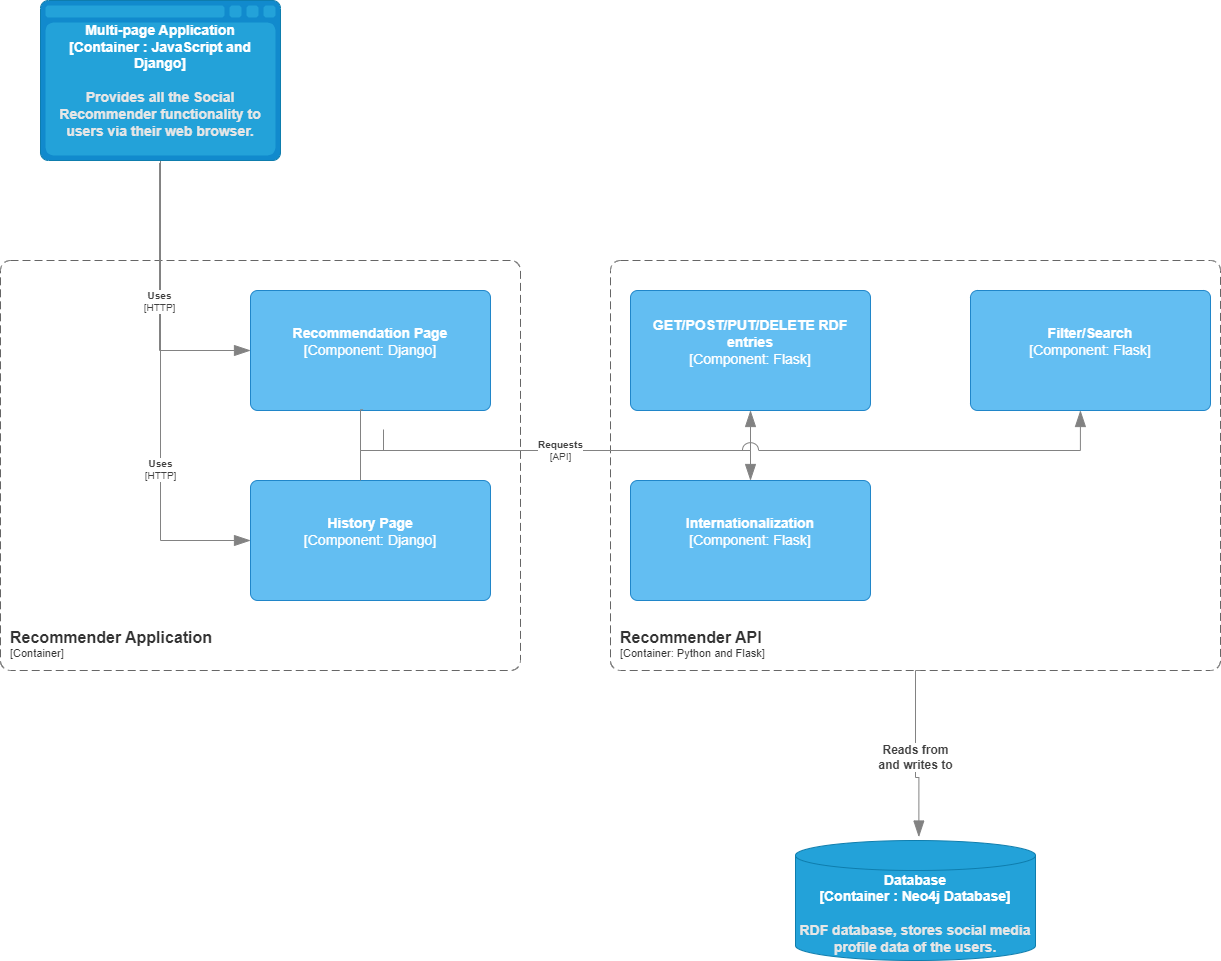
The draw.io diagram docs/C3-recommender-depth2.png in Danie83/SoRe, before a commit. Source tidied: cells renumbered, new cells last; positions are measured from the earlier drawing's top-left corner, leaving out a move shared by most shapes.
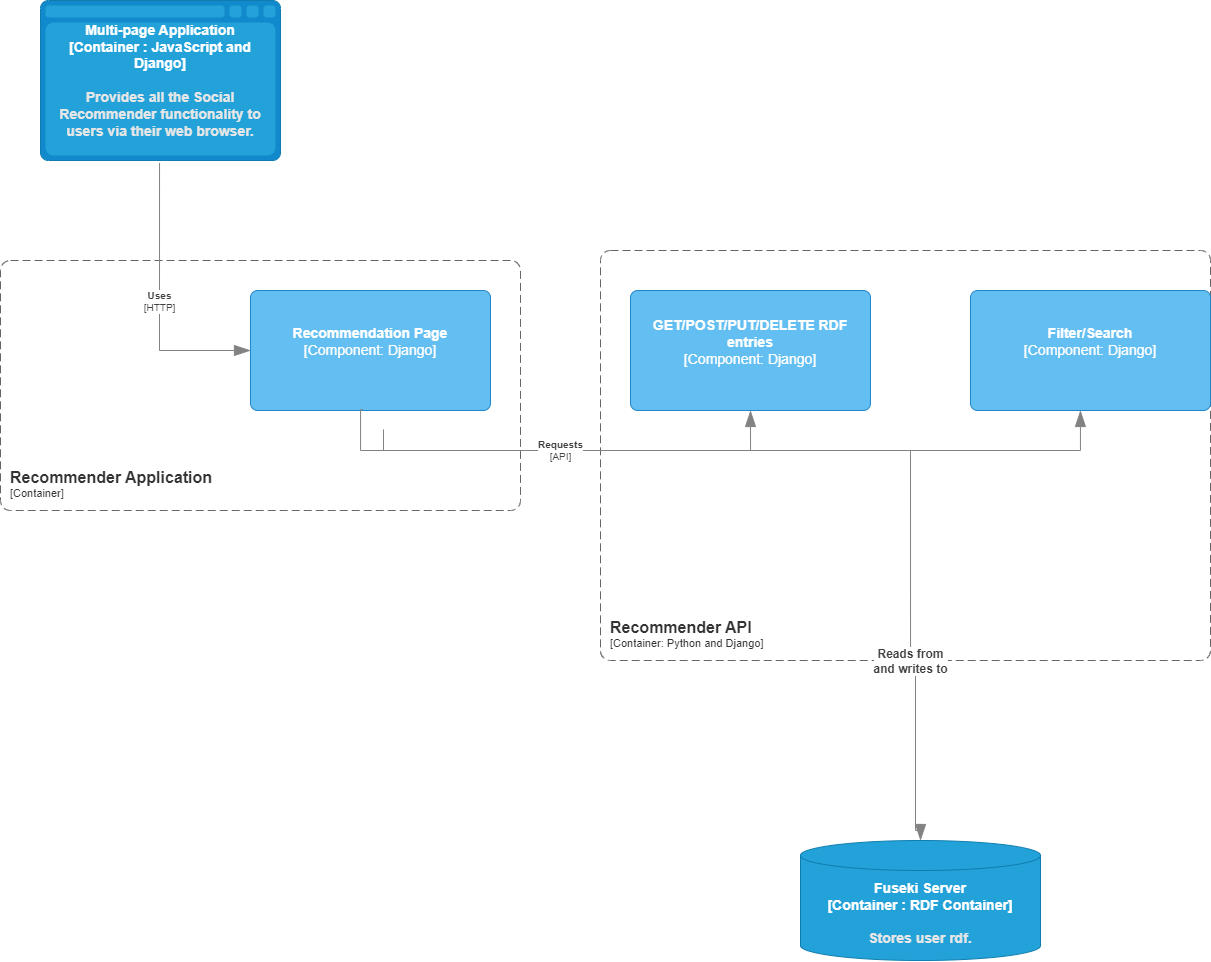
The same diagram one commit later.

The edit, as a diff of the source:
```diff
@@ -4,18 +4,9 @@
     <mxCell id="1" parent="0" />
     <object id="2" label="&lt;font style=&quot;font-size: 16px&quot;&gt;&lt;b&gt;&lt;div style=&quot;text-align: left&quot;&gt;%c4Name%&lt;/div&gt;&lt;/b&gt;&lt;/font&gt;&lt;div style=&quot;text-align: left&quot;&gt;[%c4Application%]&lt;/div&gt;" c4Application="Container" c4Name="Recommender Application" c4Type="ContainerScopeBoundary" placeholders="1">
       <mxCell style="rounded=1;fontSize=11;whiteSpace=wrap;html=1;dashed=1;arcSize=20;fillColor=none;strokeColor=#666666;fontColor=#333333;labelBackgroundColor=none;align=left;verticalAlign=bottom;labelBorderColor=none;spacingTop=0;spacing=10;dashPattern=8 4;perimeter=rectanglePerimeter;noLabel=0;labelPadding=0;absoluteArcSize=1;" parent="1" vertex="1">
-        <mxGeometry y="260" width="520" height="410" as="geometry" />
+        <mxGeometry y="260" width="520" height="250" as="geometry" />
       </mxCell>
     </object>
-    <object id="3" label="&lt;div style=&quot;text-align: left&quot;&gt;&lt;div style=&quot;text-align: center&quot;&gt;&lt;b&gt;%c4Description%&lt;/b&gt;&lt;/div&gt;&lt;div style=&quot;text-align: center&quot;&gt;[%c4Technology%]&lt;/div&gt;&lt;/div&gt;" c4Description="Uses" c4Technology="HTTP" c4Type="Relationship" placeholders="1">
-      <mxCell style="endArrow=blockThin;html=1;fontSize=10;fontColor=#404040;strokeWidth=1;endFill=1;strokeColor=#828282;elbow=vertical;endSize=14;startSize=14;jumpStyle=arc;jumpSize=16;rounded=0;entryX=0;entryY=0.5;entryDx=0;entryDy=0;entryPerimeter=0;exitX=0.5;exitY=1;exitDx=0;exitDy=0;exitPerimeter=0;edgeStyle=orthogonalEdgeStyle;" parent="1" edge="1" source="6" target="7">
-        <mxGeometry x="0.31" relative="1" as="geometry">
-          <Array as="points">
-            <mxPoint x="160" y="540" />
-          </Array>
-        </mxGeometry>
-      </mxCell>
-    </object>
     <object id="4" label="&lt;font style=&quot;font-size: 14px;&quot;&gt;&lt;b style=&quot;font-size: 14px;&quot;&gt;%c4Name%&lt;/b&gt;&lt;/font&gt;&lt;div style=&quot;font-size: 14px;&quot;&gt;[%c4Type%: %c4Technology%]&lt;/div&gt;&lt;br style=&quot;font-size: 14px;&quot;&gt;&lt;div style=&quot;font-size: 14px;&quot;&gt;&lt;font style=&quot;font-size: 14px;&quot;&gt;%c4Description%&lt;/font&gt;&lt;/div&gt;" c4Description="" c4Name="Recommendation Page" c4Technology="Django" c4Type="Component" placeholders="1">
       <mxCell style="rounded=1;whiteSpace=wrap;html=1;labelBackgroundColor=none;fillColor=#63BEF2;fontColor=#ffffff;align=center;arcSize=6;strokeColor=#2086C9;points=[[0.25,0,0],[0.5,0,0],[0.75,0,0],[1,0.25,0],[1,0.5,0],[1,0.75,0],[0.75,1,0],[0.5,1,0],[0.25,1,0],[0,0.75,0],[0,0.5,0],[0,0.25,0]];fontSize=14;" parent="1" vertex="1">
         <mxGeometry x="250" y="290" width="240" height="120" as="geometry" />
@@ -35,36 +26,21 @@
         <mxGeometry x="40" width="240" height="160" as="geometry" />
       </mxCell>
     </object>
-    <object id="7" label="&lt;font style=&quot;font-size: 14px;&quot;&gt;&lt;b style=&quot;font-size: 14px;&quot;&gt;%c4Name%&lt;/b&gt;&lt;/font&gt;&lt;div style=&quot;font-size: 14px;&quot;&gt;[%c4Type%: %c4Technology%]&lt;/div&gt;&lt;br style=&quot;font-size: 14px;&quot;&gt;&lt;div style=&quot;font-size: 14px;&quot;&gt;&lt;font style=&quot;font-size: 14px;&quot;&gt;%c4Description%&lt;/font&gt;&lt;/div&gt;" c4Description="" c4Name="History Page" c4Technology="Django" c4Type="Component" placeholders="1">
-      <mxCell style="rounded=1;whiteSpace=wrap;html=1;labelBackgroundColor=none;fillColor=#63BEF2;fontColor=#ffffff;align=center;arcSize=6;strokeColor=#2086C9;points=[[0.25,0,0],[0.5,0,0],[0.75,0,0],[1,0.25,0],[1,0.5,0],[1,0.75,0],[0.75,1,0],[0.5,1,0],[0.25,1,0],[0,0.75,0],[0,0.5,0],[0,0.25,0]];fontSize=14;" parent="1" vertex="1">
-        <mxGeometry x="250" y="480" width="240" height="120" as="geometry" />
-      </mxCell>
-    </object>
-    <object id="8" label="&lt;font style=&quot;font-size: 14px;&quot;&gt;&lt;b style=&quot;font-size: 14px;&quot;&gt;%c4Type%&lt;/b&gt;&lt;/font&gt;&lt;div style=&quot;font-size: 14px;&quot;&gt;&lt;b style=&quot;font-size: 14px;&quot;&gt;[%c4Container%:&amp;nbsp;%c4Technology%]&lt;/b&gt;&lt;/div&gt;&lt;b style=&quot;font-size: 14px;&quot;&gt;&lt;br style=&quot;font-size: 14px;&quot;&gt;&lt;div style=&quot;font-size: 14px;&quot;&gt;&lt;font style=&quot;font-size: 14px;&quot;&gt;&lt;font color=&quot;#E6E6E6&quot; style=&quot;font-size: 14px;&quot;&gt;%c4Description%&lt;/font&gt;&lt;/font&gt;&lt;/div&gt;&lt;/b&gt;" c4Container="Container " c4Description="RDF database, stores social media profile data of the users." c4Technology="Neo4j Database" c4Type="Database" placeholders="1">
-      <mxCell style="shape=cylinder3;size=15;whiteSpace=wrap;html=1;boundedLbl=1;rounded=0;labelBackgroundColor=none;fillColor=#23A2D9;fontSize=14;fontColor=#ffffff;align=center;strokeColor=#0E7DAD;points=[[0.5,0,0],[1,0.25,0],[1,0.5,0],[1,0.75,0],[0.5,1,0],[0,0.75,0],[0,0.5,0],[0,0.25,0]];" parent="1" vertex="1">
-        <mxGeometry x="795" y="840" width="240" height="120" as="geometry" />
-      </mxCell>
-    </object>
-    <object id="9" label="&lt;font style=&quot;font-size: 16px&quot;&gt;&lt;b&gt;&lt;div style=&quot;text-align: left&quot;&gt;%c4Name%&lt;/div&gt;&lt;/b&gt;&lt;/font&gt;&lt;div style=&quot;text-align: left&quot;&gt;[%c4Application%]&lt;/div&gt;" c4Application="Container: Python and Flask" c4Name="Recommender API" c4Type="ContainerScopeBoundary" placeholders="1">
+    <object id="9" label="&lt;font style=&quot;font-size: 16px&quot;&gt;&lt;b&gt;&lt;div style=&quot;text-align: left&quot;&gt;%c4Name%&lt;/div&gt;&lt;/b&gt;&lt;/font&gt;&lt;div style=&quot;text-align: left&quot;&gt;[%c4Application%]&lt;/div&gt;" c4Application="Container: Python and Django" c4Name="Recommender API" c4Type="ContainerScopeBoundary" placeholders="1">
       <mxCell style="rounded=1;fontSize=11;whiteSpace=wrap;html=1;dashed=1;arcSize=20;fillColor=none;strokeColor=#666666;fontColor=#333333;labelBackgroundColor=none;align=left;verticalAlign=bottom;labelBorderColor=none;spacingTop=0;spacing=10;dashPattern=8 4;perimeter=rectanglePerimeter;noLabel=0;labelPadding=0;absoluteArcSize=1;" parent="1" vertex="1">
-        <mxGeometry x="610" y="260" width="610" height="410" as="geometry" />
+        <mxGeometry x="600" y="250" width="610" height="410" as="geometry" />
       </mxCell>
     </object>
-    <object id="10" label="&lt;font style=&quot;font-size: 14px;&quot;&gt;&lt;b style=&quot;font-size: 14px;&quot;&gt;%c4Name%&lt;/b&gt;&lt;/font&gt;&lt;div style=&quot;font-size: 14px;&quot;&gt;[%c4Type%: %c4Technology%]&lt;/div&gt;&lt;br style=&quot;font-size: 14px;&quot;&gt;&lt;div style=&quot;font-size: 14px;&quot;&gt;&lt;font style=&quot;font-size: 14px;&quot;&gt;%c4Description%&lt;/font&gt;&lt;/div&gt;" c4Description="" c4Name="GET/POST/PUT/DELETE RDF entries" c4Technology="Flask" c4Type="Component" placeholders="1">
+    <object id="10" label="&lt;font style=&quot;font-size: 14px;&quot;&gt;&lt;b style=&quot;font-size: 14px;&quot;&gt;%c4Name%&lt;/b&gt;&lt;/font&gt;&lt;div style=&quot;font-size: 14px;&quot;&gt;[%c4Type%: %c4Technology%]&lt;/div&gt;&lt;br style=&quot;font-size: 14px;&quot;&gt;&lt;div style=&quot;font-size: 14px;&quot;&gt;&lt;font style=&quot;font-size: 14px;&quot;&gt;%c4Description%&lt;/font&gt;&lt;/div&gt;" c4Description="" c4Name="GET/POST/PUT/DELETE RDF entries" c4Technology="Django" c4Type="Component" placeholders="1">
       <mxCell style="rounded=1;whiteSpace=wrap;html=1;labelBackgroundColor=none;fillColor=#63BEF2;fontColor=#ffffff;align=center;arcSize=6;strokeColor=#2086C9;points=[[0.25,0,0],[0.5,0,0],[0.75,0,0],[1,0.25,0],[1,0.5,0],[1,0.75,0],[0.75,1,0],[0.5,1,0],[0.25,1,0],[0,0.75,0],[0,0.5,0],[0,0.25,0]];fontSize=14;" parent="1" vertex="1">
         <mxGeometry x="630" y="290" width="240" height="120" as="geometry" />
       </mxCell>
     </object>
-    <object id="11" label="&lt;font style=&quot;font-size: 14px;&quot;&gt;&lt;b style=&quot;font-size: 14px;&quot;&gt;%c4Name%&lt;/b&gt;&lt;/font&gt;&lt;div style=&quot;font-size: 14px;&quot;&gt;[%c4Type%: %c4Technology%]&lt;/div&gt;&lt;br style=&quot;font-size: 14px;&quot;&gt;&lt;div style=&quot;font-size: 14px;&quot;&gt;&lt;font style=&quot;font-size: 14px;&quot;&gt;%c4Description%&lt;/font&gt;&lt;/div&gt;" c4Description="" c4Name="Filter/Search" c4Technology="Flask" c4Type="Component" placeholders="1">
+    <object id="11" label="&lt;font style=&quot;font-size: 14px;&quot;&gt;&lt;b style=&quot;font-size: 14px;&quot;&gt;%c4Name%&lt;/b&gt;&lt;/font&gt;&lt;div style=&quot;font-size: 14px;&quot;&gt;[%c4Type%: %c4Technology%]&lt;/div&gt;&lt;br style=&quot;font-size: 14px;&quot;&gt;&lt;div style=&quot;font-size: 14px;&quot;&gt;&lt;font style=&quot;font-size: 14px;&quot;&gt;%c4Description%&lt;/font&gt;&lt;/div&gt;" c4Description="" c4Name="Filter/Search" c4Technology="Django" c4Type="Component" placeholders="1">
       <mxCell style="rounded=1;whiteSpace=wrap;html=1;labelBackgroundColor=none;fillColor=#63BEF2;fontColor=#ffffff;align=center;arcSize=6;strokeColor=#2086C9;points=[[0.25,0,0],[0.5,0,0],[0.75,0,0],[1,0.25,0],[1,0.5,0],[1,0.75,0],[0.75,1,0],[0.5,1,0],[0.25,1,0],[0,0.75,0],[0,0.5,0],[0,0.25,0]];fontSize=14;" parent="1" vertex="1">
         <mxGeometry x="970" y="290" width="240" height="120" as="geometry" />
       </mxCell>
     </object>
-    <object id="12" label="&lt;font style=&quot;font-size: 14px;&quot;&gt;&lt;b style=&quot;font-size: 14px;&quot;&gt;%c4Name%&lt;/b&gt;&lt;/font&gt;&lt;div style=&quot;font-size: 14px;&quot;&gt;[%c4Type%: %c4Technology%]&lt;/div&gt;&lt;br style=&quot;font-size: 14px;&quot;&gt;&lt;div style=&quot;font-size: 14px;&quot;&gt;&lt;font style=&quot;font-size: 14px;&quot;&gt;%c4Description%&lt;/font&gt;&lt;/div&gt;" c4Description="" c4Name="Internationalization" c4Technology="Flask" c4Type="Component" placeholders="1">
-      <mxCell style="rounded=1;whiteSpace=wrap;html=1;labelBackgroundColor=none;fillColor=#63BEF2;fontColor=#ffffff;align=center;arcSize=6;strokeColor=#2086C9;fontSize=14;" parent="1" vertex="1">
-        <mxGeometry x="630" y="480" width="240" height="120" as="geometry" />
-      </mxCell>
-    </object>
     <object id="13" label="&lt;div style=&quot;text-align: left&quot;&gt;&lt;div style=&quot;text-align: center&quot;&gt;&lt;b&gt;%c4Description%&lt;/b&gt;&lt;/div&gt;&lt;div style=&quot;text-align: center&quot;&gt;[%c4Technology%]&lt;/div&gt;&lt;/div&gt;" c4Description="Requests" c4Technology="API" c4Type="Relationship" placeholders="1">
       <mxCell style="endArrow=blockThin;html=1;fontSize=10;fontColor=#404040;strokeWidth=1;endFill=1;strokeColor=#828282;elbow=vertical;endSize=14;startSize=14;jumpStyle=arc;jumpSize=16;rounded=0;edgeStyle=orthogonalEdgeStyle;exitX=0.469;exitY=0.994;exitDx=0;exitDy=0;exitPerimeter=0;entryX=0.5;entryY=1;entryDx=0;entryDy=0;entryPerimeter=0;" parent="1" edge="1" source="4" target="10">
         <mxGeometry x="0.03" relative="1" as="geometry">
@@ -76,18 +52,6 @@
         </mxGeometry>
       </mxCell>
     </object>
-    <object id="14" label="&lt;div style=&quot;text-align: left&quot;&gt;&lt;div style=&quot;text-align: center&quot;&gt;&lt;b&gt;%c4Description%&lt;/b&gt;&lt;/div&gt;&lt;div style=&quot;text-align: center&quot;&gt;[%c4Technology%]&lt;/div&gt;&lt;/div&gt;" c4Description="Requests" c4Technology="API" c4Type="Relationship" placeholders="1">
-      <mxCell style="endArrow=blockThin;html=1;fontSize=10;fontColor=#404040;strokeWidth=1;endFill=1;strokeColor=#828282;elbow=vertical;endSize=14;startSize=14;jumpStyle=arc;jumpSize=16;rounded=0;edgeStyle=orthogonalEdgeStyle;" parent="1" edge="1">
-        <mxGeometry x="0.02" relative="1" as="geometry">
-          <mxPoint x="360" y="480" as="sourcePoint" />
-          <mxPoint x="750" y="480" as="targetPoint" />
-          <Array as="points">
-            <mxPoint x="360" y="450" />
-            <mxPoint x="750" y="450" />
-          </Array>
-        </mxGeometry>
-      </mxCell>
-    </object>
     <object id="15" label="&lt;div style=&quot;text-align: left&quot;&gt;&lt;div style=&quot;text-align: center&quot;&gt;&lt;b&gt;%c4Description%&lt;/b&gt;&lt;/div&gt;&lt;div style=&quot;text-align: center&quot;&gt;[%c4Technology%]&lt;/div&gt;&lt;/div&gt;" c4Description="Requests" c4Technology="API" c4Type="Relationship" placeholders="1">
       <mxCell style="endArrow=blockThin;html=1;fontSize=10;fontColor=#404040;strokeWidth=1;endFill=1;strokeColor=#828282;elbow=vertical;endSize=14;startSize=14;jumpStyle=arc;jumpSize=16;rounded=0;edgeStyle=orthogonalEdgeStyle;exitX=0.469;exitY=0.994;exitDx=0;exitDy=0;exitPerimeter=0;entryX=0.458;entryY=1;entryDx=0;entryDy=0;entryPerimeter=0;" parent="1" edge="1" target="11">
         <mxGeometry x="-0.48" relative="1" as="geometry">
@@ -100,16 +64,22 @@
       </mxCell>
     </object>
     <object id="16" label="&lt;div style=&quot;text-align: left; font-size: 12px;&quot;&gt;&lt;div style=&quot;text-align: center; font-size: 12px;&quot;&gt;&lt;b style=&quot;font-size: 12px;&quot;&gt;%c4Description%&lt;/b&gt;&lt;/div&gt;&lt;/div&gt;" c4Description="Reads from&#10;and writes to" c4Type="Relationship" placeholders="1">
-      <mxCell style="endArrow=blockThin;html=1;fontSize=12;fontColor=#404040;strokeWidth=1;endFill=1;strokeColor=#828282;elbow=vertical;endSize=14;startSize=14;jumpStyle=arc;jumpSize=16;rounded=0;edgeStyle=orthogonalEdgeStyle;entryX=0.514;entryY=-0.029;entryDx=0;entryDy=0;entryPerimeter=0;" parent="1" edge="1" target="8">
+      <mxCell style="endArrow=blockThin;html=1;fontSize=12;fontColor=#404040;strokeWidth=1;endFill=1;strokeColor=#828282;elbow=vertical;endSize=14;startSize=14;jumpStyle=arc;jumpSize=16;rounded=0;edgeStyle=orthogonalEdgeStyle;entryX=0.5;entryY=0;entryDx=0;entryDy=0;entryPerimeter=0;" parent="1" edge="1" target="8">
         <mxGeometry x="0.05" relative="1" as="geometry">
-          <mxPoint x="920" y="670" as="sourcePoint" />
+          <mxPoint x="910" y="450" as="sourcePoint" />
           <Array as="points">
+            <mxPoint x="910" y="670" />
             <mxPoint x="915" y="670" />
-            <mxPoint x="915" y="777" />
-            <mxPoint x="918" y="777" />
+            <mxPoint x="915" y="830" />
+            <mxPoint x="920" y="830" />
           </Array>
         </mxGeometry>
       </mxCell>
     </object>
+    <object id="8" label="&lt;font style=&quot;font-size: 14px;&quot;&gt;&lt;b style=&quot;font-size: 14px;&quot;&gt;%c4Type%&lt;/b&gt;&lt;/font&gt;&lt;div style=&quot;font-size: 14px;&quot;&gt;&lt;b style=&quot;font-size: 14px;&quot;&gt;[%c4Container%:&amp;nbsp;%c4Technology%]&lt;/b&gt;&lt;/div&gt;&lt;b style=&quot;font-size: 14px;&quot;&gt;&lt;br style=&quot;font-size: 14px;&quot;&gt;&lt;div style=&quot;font-size: 14px;&quot;&gt;&lt;font style=&quot;font-size: 14px;&quot;&gt;&lt;font color=&quot;#E6E6E6&quot; style=&quot;font-size: 14px;&quot;&gt;%c4Description%&lt;/font&gt;&lt;/font&gt;&lt;/div&gt;&lt;/b&gt;" c4Container="Container " c4Description="Stores user rdf." c4Technology="RDF Container" c4Type="Fuseki Server" placeholders="1">
+      <mxCell style="shape=cylinder3;size=15;whiteSpace=wrap;html=1;boundedLbl=1;rounded=0;labelBackgroundColor=none;fillColor=#23A2D9;fontSize=14;fontColor=#ffffff;align=center;strokeColor=#0E7DAD;points=[[0.5,0,0],[1,0.25,0],[1,0.5,0],[1,0.75,0],[0.5,1,0],[0,0.75,0],[0,0.5,0],[0,0.25,0]];" parent="1" vertex="1">
+        <mxGeometry x="800" y="840" width="240" height="120" as="geometry" />
+      </mxCell>
+    </object>
   </root>
 </mxGraphModel>
```
